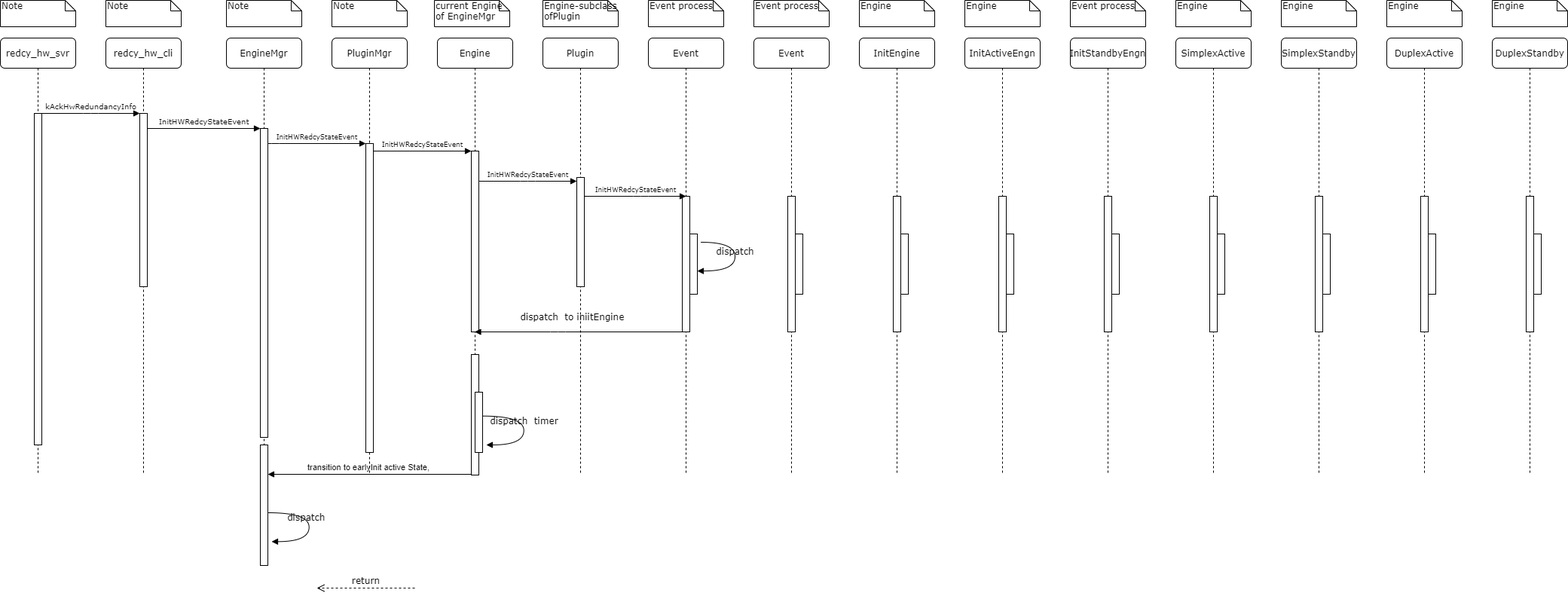
Above: UML/StartActiveRedundancy.png in Steve888888/FN-Redundancy (draw.io), before the change. Source tidied: cells renumbered, new cells last; positions are measured from the earlier drawing's top-left corner, leaving out a move shared by most shapes.
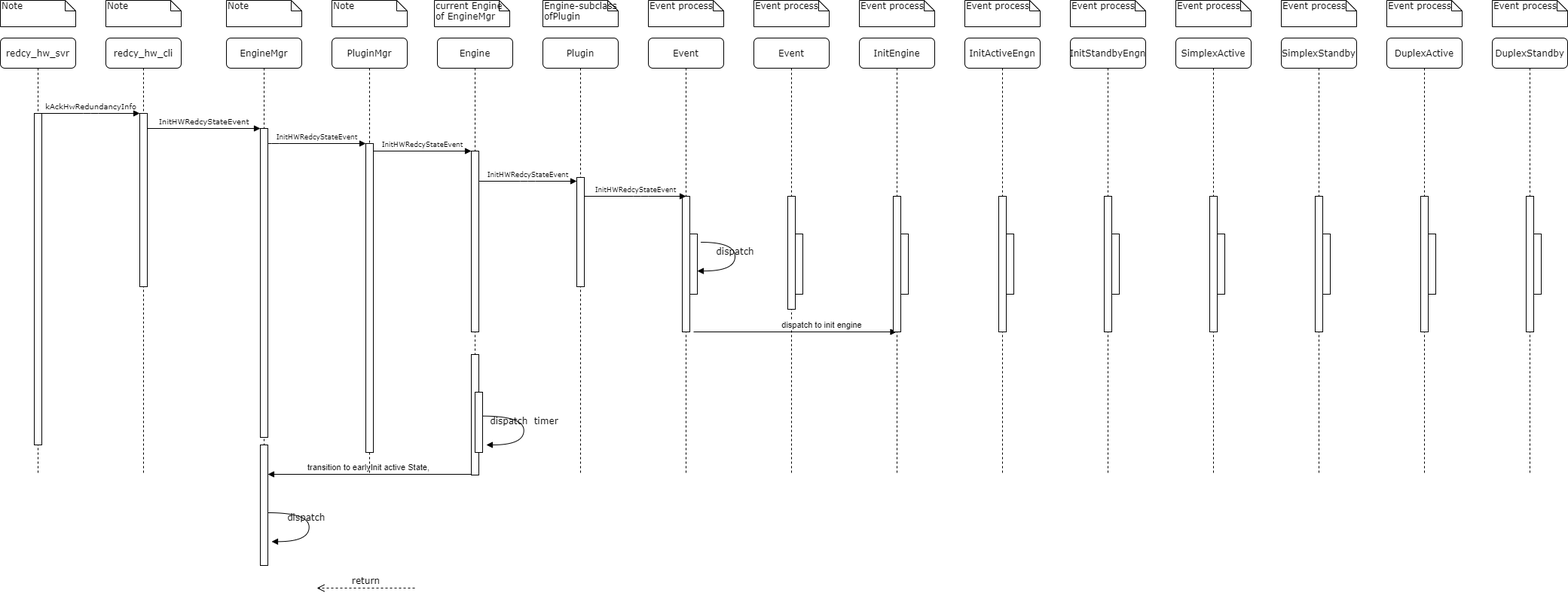
Later version of the same file.

What changed in the source:
```diff
@@ -128,14 +128,6 @@
         </Array>
       </mxGeometry>
     </mxCell>
-    <mxCell id="34" value="dispatch&amp;nbsp; to iniitEngine&amp;nbsp;" style="html=1;verticalAlign=bottom;endArrow=block;labelBackgroundColor=none;fontFamily=Verdana;fontSize=12;edgeStyle=elbowEdgeStyle;elbow=vertical;" parent="1" edge="1" source="12" target="8">
-      <mxGeometry x="0.07" y="-10" relative="1" as="geometry">
-        <Array as="points">
-          <mxPoint x="740" y="440" />
-        </Array>
-        <mxPoint x="1" as="offset" />
-      </mxGeometry>
-    </mxCell>
     <mxCell id="35" value="dispatch&amp;nbsp; timer" style="html=1;verticalAlign=bottom;endArrow=block;labelBackgroundColor=none;fontFamily=Verdana;fontSize=12;elbow=vertical;edgeStyle=orthogonalEdgeStyle;curved=1;entryX=1;entryY=0.286;entryPerimeter=0;exitX=1.038;exitY=0.345;exitPerimeter=0;" parent="1" edge="1">
       <mxGeometry relative="1" as="geometry">
         <mxPoint x="640" y="551.7" as="sourcePoint" />
@@ -169,12 +161,17 @@
       <mxGeometry x="1000" y="50" width="100" height="580" as="geometry" />
     </mxCell>
     <mxCell id="41" style="html=1;perimeter=orthogonalPerimeter;rounded=0;shadow=0;comic=0;labelBackgroundColor=none;strokeColor=#000000;strokeWidth=1;fillColor=#FFFFFF;fontFamily=Verdana;fontSize=12;fontColor=#000000;align=center;" parent="40" vertex="1">
-      <mxGeometry x="45" y="210" width="10" height="180" as="geometry" />
+      <mxGeometry x="45" y="210" width="10" height="150" as="geometry" />
     </mxCell>
     <mxCell id="42" style="html=1;perimeter=orthogonalPerimeter;" parent="40" vertex="1">
       <mxGeometry x="55" y="260" width="10" height="80" as="geometry" />
     </mxCell>
+    <mxCell id="71" value="dispatch to init engine" style="html=1;verticalAlign=bottom;endArrow=block;" parent="40" edge="1" target="44">
+      <mxGeometry x="0.26" relative="1" as="geometry">
+        <mxPoint x="-80" y="390" as="sourcePoint" />
+      </mxGeometry>
+    </mxCell>
-    <mxCell id="43" value="Engine" style="shape=note;whiteSpace=wrap;html=1;size=14;verticalAlign=top;align=left;spacingTop=-6;rounded=0;shadow=0;comic=0;labelBackgroundColor=none;strokeWidth=1;fontFamily=Verdana;fontSize=12;" parent="1" vertex="1">
+    <mxCell id="43" value="Event process" style="shape=note;whiteSpace=wrap;html=1;size=14;verticalAlign=top;align=left;spacingTop=-6;rounded=0;shadow=0;comic=0;labelBackgroundColor=none;strokeWidth=1;fontFamily=Verdana;fontSize=12;" parent="1" vertex="1">
       <mxGeometry x="1140" width="100" height="35" as="geometry" />
     </mxCell>
     <mxCell id="44" value="InitEngine" style="shape=umlLifeline;perimeter=lifelinePerimeter;whiteSpace=wrap;html=1;outlineConnect=0;rounded=1;shadow=0;comic=0;labelBackgroundColor=none;strokeWidth=1;fontFamily=Verdana;fontSize=12;align=center;" parent="1" vertex="1">
@@ -186,7 +183,7 @@
     <mxCell id="46" style="html=1;perimeter=orthogonalPerimeter;" parent="44" vertex="1">
       <mxGeometry x="55" y="260" width="10" height="80" as="geometry" />
     </mxCell>
-    <mxCell id="47" value="Engine" style="shape=note;whiteSpace=wrap;html=1;size=14;verticalAlign=top;align=left;spacingTop=-6;rounded=0;shadow=0;comic=0;labelBackgroundColor=none;strokeWidth=1;fontFamily=Verdana;fontSize=12;" parent="1" vertex="1">
+    <mxCell id="47" value="Event process" style="shape=note;whiteSpace=wrap;html=1;size=14;verticalAlign=top;align=left;spacingTop=-6;rounded=0;shadow=0;comic=0;labelBackgroundColor=none;strokeWidth=1;fontFamily=Verdana;fontSize=12;" parent="1" vertex="1">
       <mxGeometry x="1280" width="100" height="35" as="geometry" />
     </mxCell>
     <mxCell id="48" value="InitActiveEngn" style="shape=umlLifeline;perimeter=lifelinePerimeter;whiteSpace=wrap;html=1;rounded=1;shadow=0;comic=0;labelBackgroundColor=none;strokeWidth=1;fontFamily=Verdana;fontSize=12;align=center;" parent="1" vertex="1">
@@ -210,7 +207,7 @@
     <mxCell id="54" style="html=1;perimeter=orthogonalPerimeter;" parent="52" vertex="1">
       <mxGeometry x="55" y="260" width="10" height="80" as="geometry" />
     </mxCell>
-    <mxCell id="55" value="Engine" style="shape=note;whiteSpace=wrap;html=1;size=14;verticalAlign=top;align=left;spacingTop=-6;rounded=0;shadow=0;comic=0;labelBackgroundColor=none;strokeWidth=1;fontFamily=Verdana;fontSize=12;" parent="1" vertex="1">
+    <mxCell id="55" value="Event process" style="shape=note;whiteSpace=wrap;html=1;size=14;verticalAlign=top;align=left;spacingTop=-6;rounded=0;shadow=0;comic=0;labelBackgroundColor=none;strokeWidth=1;fontFamily=Verdana;fontSize=12;" parent="1" vertex="1">
       <mxGeometry x="1560" width="100" height="35" as="geometry" />
     </mxCell>
     <mxCell id="56" value="SimplexActive" style="shape=umlLifeline;perimeter=lifelinePerimeter;whiteSpace=wrap;html=1;rounded=1;shadow=0;comic=0;labelBackgroundColor=none;strokeWidth=1;fontFamily=Verdana;fontSize=12;align=center;" parent="1" vertex="1">
@@ -222,7 +219,7 @@
     <mxCell id="58" style="html=1;perimeter=orthogonalPerimeter;" parent="56" vertex="1">
       <mxGeometry x="55" y="260" width="10" height="80" as="geometry" />
     </mxCell>
-    <mxCell id="59" value="Engine" style="shape=note;whiteSpace=wrap;html=1;size=14;verticalAlign=top;align=left;spacingTop=-6;rounded=0;shadow=0;comic=0;labelBackgroundColor=none;strokeWidth=1;fontFamily=Verdana;fontSize=12;" parent="1" vertex="1">
+    <mxCell id="59" value="Event process" style="shape=note;whiteSpace=wrap;html=1;size=14;verticalAlign=top;align=left;spacingTop=-6;rounded=0;shadow=0;comic=0;labelBackgroundColor=none;strokeWidth=1;fontFamily=Verdana;fontSize=12;" parent="1" vertex="1">
       <mxGeometry x="1700" width="100" height="35" as="geometry" />
     </mxCell>
     <mxCell id="60" value="SimplexStandby" style="shape=umlLifeline;perimeter=lifelinePerimeter;whiteSpace=wrap;html=1;rounded=1;shadow=0;comic=0;labelBackgroundColor=none;strokeWidth=1;fontFamily=Verdana;fontSize=12;align=center;" parent="1" vertex="1">
@@ -234,7 +231,7 @@
     <mxCell id="62" style="html=1;perimeter=orthogonalPerimeter;" parent="60" vertex="1">
       <mxGeometry x="55" y="260" width="10" height="80" as="geometry" />
     </mxCell>
-    <mxCell id="63" value="Engine" style="shape=note;whiteSpace=wrap;html=1;size=14;verticalAlign=top;align=left;spacingTop=-6;rounded=0;shadow=0;comic=0;labelBackgroundColor=none;strokeWidth=1;fontFamily=Verdana;fontSize=12;" parent="1" vertex="1">
+    <mxCell id="63" value="Event process" style="shape=note;whiteSpace=wrap;html=1;size=14;verticalAlign=top;align=left;spacingTop=-6;rounded=0;shadow=0;comic=0;labelBackgroundColor=none;strokeWidth=1;fontFamily=Verdana;fontSize=12;" parent="1" vertex="1">
       <mxGeometry x="1840" width="100" height="35" as="geometry" />
     </mxCell>
     <mxCell id="64" value="DuplexActive" style="shape=umlLifeline;perimeter=lifelinePerimeter;whiteSpace=wrap;html=1;rounded=1;shadow=0;comic=0;labelBackgroundColor=none;strokeWidth=1;fontFamily=Verdana;fontSize=12;align=center;" parent="1" vertex="1">
@@ -246,7 +243,7 @@
     <mxCell id="66" style="html=1;perimeter=orthogonalPerimeter;" parent="64" vertex="1">
       <mxGeometry x="55" y="260" width="10" height="80" as="geometry" />
     </mxCell>
-    <mxCell id="67" value="Engine" style="shape=note;whiteSpace=wrap;html=1;size=14;verticalAlign=top;align=left;spacingTop=-6;rounded=0;shadow=0;comic=0;labelBackgroundColor=none;strokeWidth=1;fontFamily=Verdana;fontSize=12;" parent="1" vertex="1">
+    <mxCell id="67" value="Event process" style="shape=note;whiteSpace=wrap;html=1;size=14;verticalAlign=top;align=left;spacingTop=-6;rounded=0;shadow=0;comic=0;labelBackgroundColor=none;strokeWidth=1;fontFamily=Verdana;fontSize=12;" parent="1" vertex="1">
       <mxGeometry x="1980" width="100" height="35" as="geometry" />
     </mxCell>
     <mxCell id="68" value="DuplexStandby" style="shape=umlLifeline;perimeter=lifelinePerimeter;whiteSpace=wrap;html=1;rounded=1;shadow=0;comic=0;labelBackgroundColor=none;strokeWidth=1;fontFamily=Verdana;fontSize=12;align=center;" parent="1" vertex="1">
```
